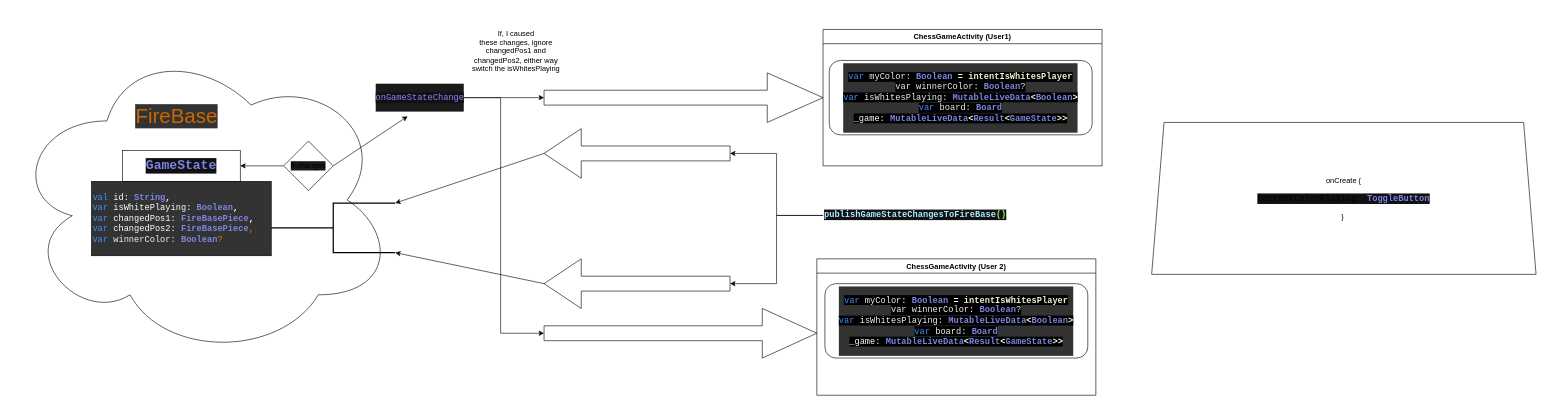
p4ulor/Chess4Android keeps this draw.io diagram as AppDocumentation/AppObjectsAndFireBaseDataRelation_LOWERLEVEL.drawio. Above is the earlier version. Source tidied: cells renumbered, new cells numbered last; positions are measured from the earlier drawing's top-left corner, leaving out a move shared by most shapes. Both pictures are drawn from the tidied source at 62%, with x=0, y=0 at pixel (11, 11).
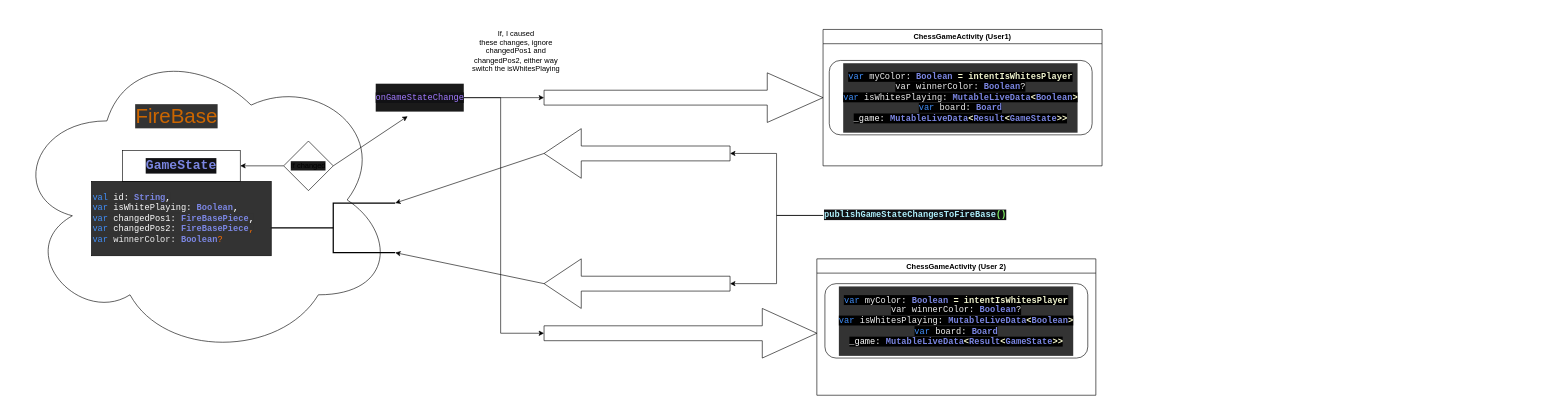
The same diagram, later.

What changed in the source:
```diff
@@
-    <mxCell id="29" value="onCreate {&lt;br&gt;&lt;pre style=&quot;background-color: rgb(17 , 17 , 20) ; font-family: &amp;#34;courier new&amp;#34; , monospace ; font-size: 10.5pt&quot;&gt;currentColorPlaying: &lt;span style=&quot;color: #7b86e2 ; font-weight: bold&quot;&gt;ToggleButton&lt;/span&gt;&lt;/pre&gt;}&amp;nbsp;" style="shape=trapezoid;perimeter=trapezoidPerimeter;whiteSpace=wrap;html=1;fixedSize=1;" parent="1" vertex="1">
-      <mxGeometry x="1840" y="180" width="620" height="245" as="geometry" />
-    </mxCell>
```
